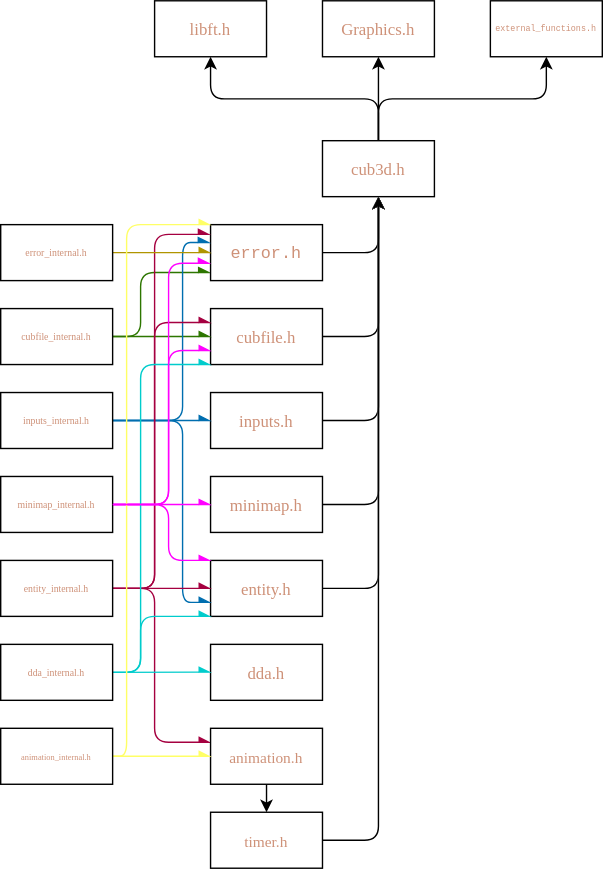
Above: include_graph.drawio.svg in Thomas-Chqt/cub3d (draw.io), before the change. Source tidied: cells renumbered, new cells last; positions are measured from the earlier drawing's top-left corner, leaving out a move shared by most shapes.
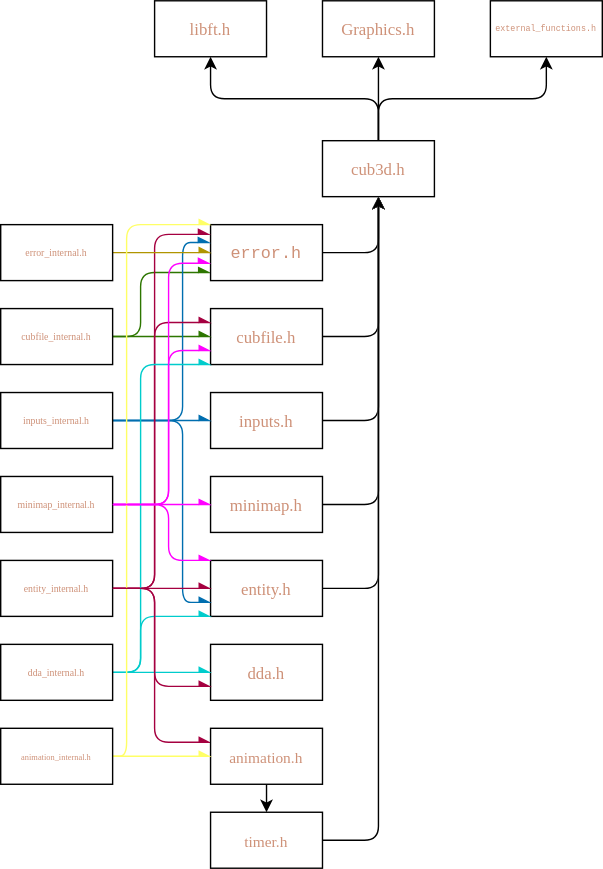
The same diagram one commit later.

What changed in the source:
```diff
@@ -239,5 +239,12 @@
         </Array>
       </mxGeometry>
     </mxCell>
+    <mxCell id="51" style="edgeStyle=elbowEdgeStyle;html=1;exitX=1;exitY=0.5;exitDx=0;exitDy=0;entryX=0;entryY=0.75;entryDx=0;entryDy=0;fillColor=#d80073;strokeColor=#A50040;endArrow=async;endFill=1;" parent="1" edge="1" source="30" target="38">
+      <mxGeometry relative="1" as="geometry">
+        <Array as="points">
+          <mxPoint x="110" y="460" />
+        </Array>
+      </mxGeometry>
+    </mxCell>
   </root>
 </mxGraphModel>
```
